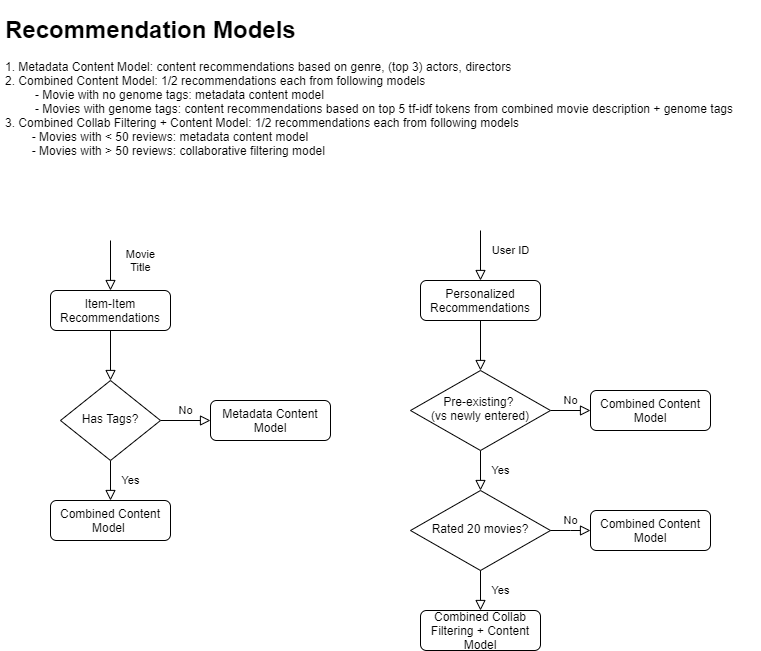
The draw.io diagram images/model_flow.png in GovindBhala/DS5500-Movie-Recommendation-System, before a commit. Source tidied: cells renumbered, new cells last; positions are measured from the earlier drawing's top-left corner, leaving out a move shared by most shapes.
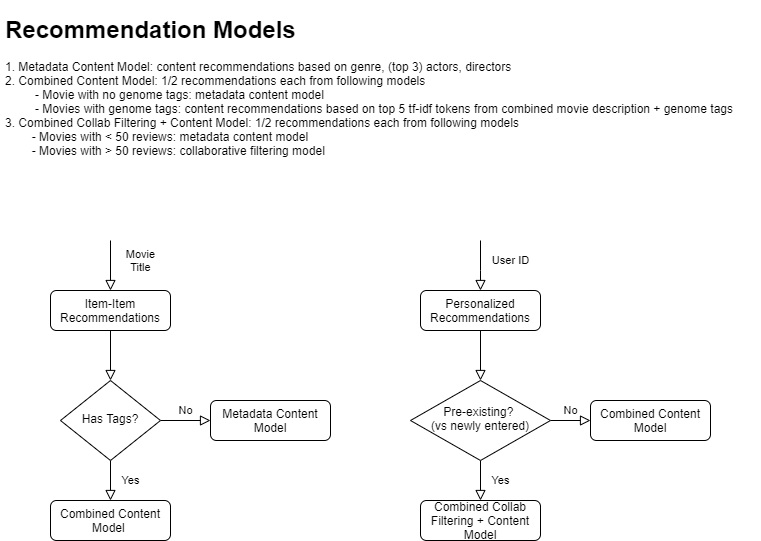
Later version of the same file.

Commit message:
updated model flow diagram

Change to the diagram source:
```diff
@@ -36,57 +36,37 @@
       </mxGeometry>
     </mxCell>
     <mxCell id="10" value="Personalized Recommendations" style="rounded=1;whiteSpace=wrap;html=1;fontSize=12;glass=0;strokeWidth=1;shadow=0;" parent="1" vertex="1">
-      <mxGeometry x="420" y="270" width="120" height="40" as="geometry" />
+      <mxGeometry x="420" y="280" width="120" height="40" as="geometry" />
     </mxCell>
-    <mxCell id="11" value="Yes" style="rounded=0;html=1;jettySize=auto;fontSize=11;endArrow=block;endFill=0;endSize=8;strokeWidth=1;shadow=0;labelBackgroundColor=none;edgeStyle=orthogonalEdgeStyle;" parent="1" edge="1" source="13">
-      <mxGeometry y="20" relative="1" as="geometry">
-        <mxPoint x="480" y="480" as="targetPoint" />
-      </mxGeometry>
+    <mxCell id="11" value="Yes" style="rounded=0;html=1;jettySize=auto;fontSize=11;endArrow=block;endFill=0;endSize=8;strokeWidth=1;shadow=0;labelBackgroundColor=none;edgeStyle=orthogonalEdgeStyle;entryX=0.5;entryY=0;entryDx=0;entryDy=0;" parent="1" edge="1" source="13" target="15">
+      <mxGeometry y="20" relative="1" as="geometry" />
     </mxCell>
-    <mxCell id="12" value="No" style="edgeStyle=orthogonalEdgeStyle;rounded=0;html=1;jettySize=auto;fontSize=11;endArrow=block;endFill=0;endSize=8;strokeWidth=1;shadow=0;labelBackgroundColor=none;" parent="1" edge="1" source="13" target="14">
+    <mxCell id="12" value="No" style="edgeStyle=orthogonalEdgeStyle;rounded=0;html=1;jettySize=auto;fontSize=11;endArrow=block;endFill=0;endSize=8;strokeWidth=1;shadow=0;labelBackgroundColor=none;entryX=0;entryY=0.5;entryDx=0;entryDy=0;" parent="1" edge="1" source="13" target="14">
       <mxGeometry y="10" relative="1" as="geometry" />
     </mxCell>
     <mxCell id="13" value="Pre-existing?&amp;nbsp;&lt;br&gt;(vs newly entered)" style="rhombus;whiteSpace=wrap;html=1;shadow=0;fontFamily=Helvetica;fontSize=12;align=center;strokeWidth=1;spacing=6;spacingTop=-4;" parent="1" vertex="1">
-      <mxGeometry x="410" y="360" width="140" height="80" as="geometry" />
+      <mxGeometry x="410" y="370" width="140" height="80" as="geometry" />
     </mxCell>
     <mxCell id="14" value="Combined Content Model" style="rounded=1;whiteSpace=wrap;html=1;fontSize=12;glass=0;strokeWidth=1;shadow=0;" parent="1" vertex="1">
-      <mxGeometry x="590" y="380" width="120" height="40" as="geometry" />
+      <mxGeometry x="590" y="390" width="120" height="40" as="geometry" />
     </mxCell>
     <mxCell id="15" value="Combined Collab Filtering + Content Model" style="rounded=1;whiteSpace=wrap;html=1;fontSize=12;glass=0;strokeWidth=1;shadow=0;" parent="1" vertex="1">
-      <mxGeometry x="420" y="600" width="120" height="40" as="geometry" />
+      <mxGeometry x="420" y="490" width="120" height="40" as="geometry" />
     </mxCell>
-    <mxCell id="16" value="User ID" style="rounded=0;html=1;jettySize=auto;fontSize=11;endArrow=block;endFill=0;endSize=8;strokeWidth=1;shadow=0;labelBackgroundColor=none;edgeStyle=orthogonalEdgeStyle;entryX=0.5;entryY=0;entryDx=0;entryDy=0;" parent="1" edge="1" target="10">
-      <mxGeometry x="-0.2" y="30" relative="1" as="geometry">
-        <mxPoint x="480" y="220" as="sourcePoint" />
-        <Array as="points">
-          <mxPoint x="480" y="220" />
-        </Array>
-      </mxGeometry>
-    </mxCell>
-    <mxCell id="17" style="rounded=0;html=1;jettySize=auto;fontSize=11;endArrow=block;endFill=0;endSize=8;strokeWidth=1;shadow=0;labelBackgroundColor=none;edgeStyle=orthogonalEdgeStyle;exitX=0.5;exitY=1;exitDx=0;exitDy=0;" parent="1" edge="1" source="10">
-      <mxGeometry y="20" relative="1" as="geometry">
-        <mxPoint x="480" y="360" as="targetPoint" />
-      </mxGeometry>
+    <mxCell id="17" style="rounded=0;html=1;jettySize=auto;fontSize=11;endArrow=block;endFill=0;endSize=8;strokeWidth=1;shadow=0;labelBackgroundColor=none;edgeStyle=orthogonalEdgeStyle;exitX=0.5;exitY=1;exitDx=0;exitDy=0;entryX=0.5;entryY=0;entryDx=0;entryDy=0;" parent="1" edge="1" source="10" target="13">
+      <mxGeometry y="20" relative="1" as="geometry" />
     </mxCell>
     <mxCell id="18" value="&lt;h1&gt;Recommendation Models&lt;/h1&gt;&lt;div&gt;1. Metadata Content Model: content recommendations based on genre, (top 3) actors, directors&lt;br&gt;2. Combined Content Model: 1/2 recommendations each from following models&lt;br&gt;&amp;nbsp; &amp;nbsp; &amp;nbsp; &amp;nbsp; &amp;nbsp;- Movie with no genome tags: metadata content model&lt;br&gt;&amp;nbsp; &amp;nbsp; &amp;nbsp; &amp;nbsp; &amp;nbsp;- Movies with genome tags: content recommendations based on top 5 tf-idf tokens from combined movie description + genome tags&amp;nbsp;&lt;br&gt;3. Combined Collab Filtering + Content Model: 1/2 recommendations each from following models&lt;br&gt;&amp;nbsp; &amp;nbsp; &amp;nbsp; &amp;nbsp; - Movies with &amp;lt; 50 reviews: metadata content model&amp;nbsp;&lt;br&gt;&amp;nbsp; &amp;nbsp; &amp;nbsp; &amp;nbsp; - Movies with &amp;gt; 50 reviews: collaborative filtering model&amp;nbsp;&lt;br&gt;&lt;br&gt;&lt;/div&gt;&lt;div&gt;&lt;br&gt;&lt;/div&gt;" style="text;html=1;strokeColor=none;fillColor=none;spacing=5;spacingTop=-20;whiteSpace=wrap;overflow=hidden;rounded=0;" parent="1" vertex="1">
       <mxGeometry width="760" height="160" as="geometry" />
     </mxCell>
-    <mxCell id="19" value="Rated 20 movies?" style="rhombus;whiteSpace=wrap;html=1;shadow=0;fontFamily=Helvetica;fontSize=12;align=center;strokeWidth=1;spacing=6;spacingTop=-4;" parent="1" vertex="1">
-      <mxGeometry x="410" y="480" width="140" height="80" as="geometry" />
-    </mxCell>
-    <mxCell id="20" value="Yes" style="rounded=0;html=1;jettySize=auto;fontSize=11;endArrow=block;endFill=0;endSize=8;strokeWidth=1;shadow=0;labelBackgroundColor=none;edgeStyle=orthogonalEdgeStyle;exitX=0.5;exitY=1;exitDx=0;exitDy=0;entryX=0.5;entryY=0;entryDx=0;entryDy=0;" parent="1" edge="1" source="19" target="15">
-      <mxGeometry y="20" relative="1" as="geometry" />
-    </mxCell>
-    <mxCell id="21" value="Combined Content Model" style="rounded=1;whiteSpace=wrap;html=1;fontSize=12;glass=0;strokeWidth=1;shadow=0;" parent="1" vertex="1">
-      <mxGeometry x="590" y="500" width="120" height="40" as="geometry" />
-    </mxCell>
-    <mxCell id="22" value="No" style="edgeStyle=orthogonalEdgeStyle;rounded=0;html=1;jettySize=auto;fontSize=11;endArrow=block;endFill=0;endSize=8;strokeWidth=1;shadow=0;labelBackgroundColor=none;exitX=1;exitY=0.5;exitDx=0;exitDy=0;entryX=0;entryY=0.5;entryDx=0;entryDy=0;" parent="1" edge="1" source="19" target="21">
-      <mxGeometry y="10" relative="1" as="geometry">
-        <Array as="points">
-          <mxPoint x="570" y="520" />
-          <mxPoint x="570" y="520" />
-        </Array>
-      </mxGeometry>
-    </mxCell>
+    <mxCell id="16" value="User ID" style="rounded=0;html=1;jettySize=auto;fontSize=11;endArrow=block;endFill=0;endSize=8;strokeWidth=1;shadow=0;labelBackgroundColor=none;edgeStyle=orthogonalEdgeStyle;entryX=0.5;entryY=0;entryDx=0;entryDy=0;" parent="1" edge="1" target="10">
+      <mxGeometry x="-0.2" y="30" relative="1" as="geometry">
+        <mxPoint x="480" y="230" as="sourcePoint" />
+        <Array as="points">
+          <mxPoint x="480" y="260" />
+          <mxPoint x="480" y="260" />
+        </Array>
+      </mxGeometry>
+    </mxCell>
   </root>
 </mxGraphModel>
```
